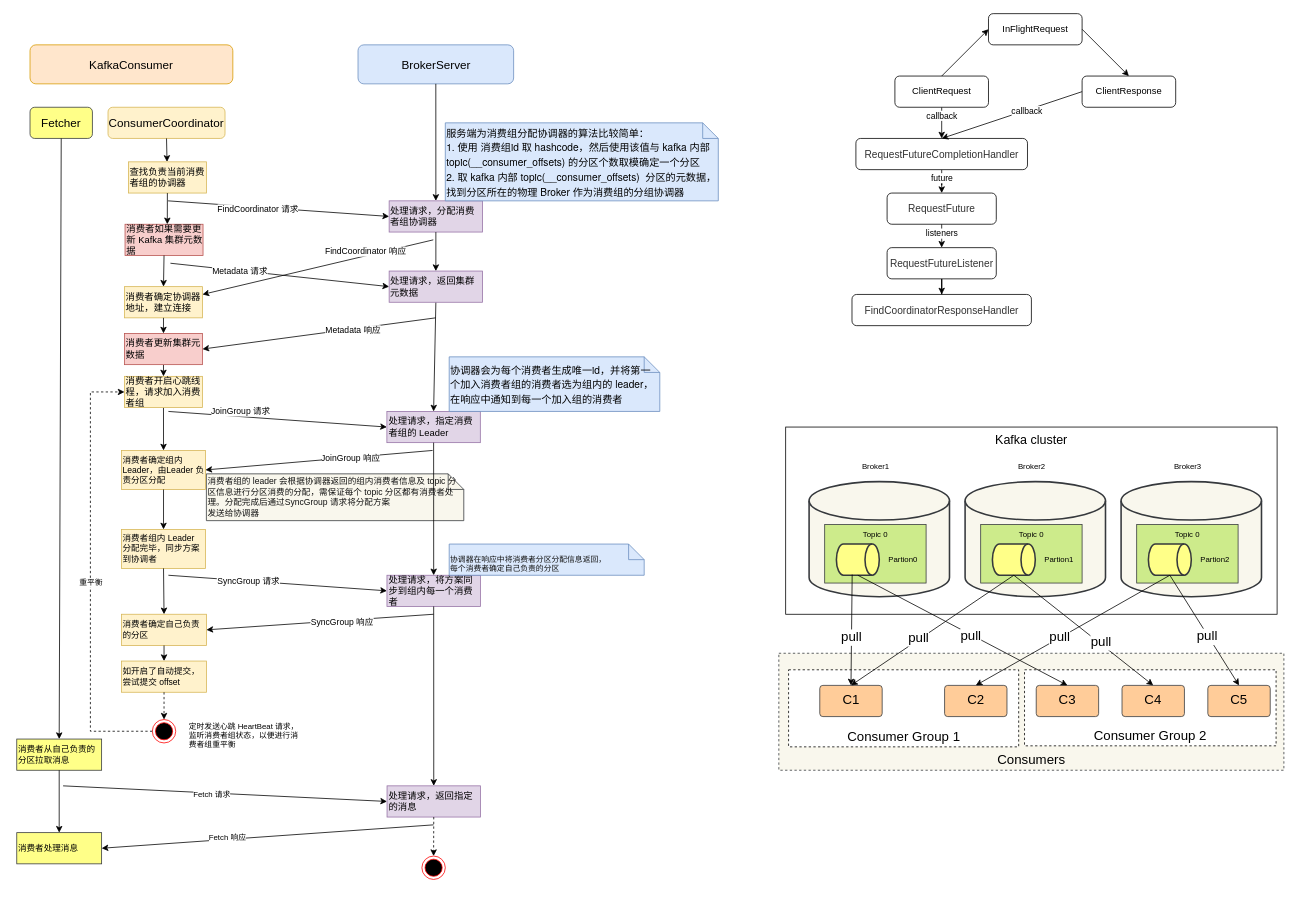
Before: kafka_consumer.drawio in yang00-74/flowchart, a draw.io diagram. Source tidied: cells renumbered, new cells numbered last; positions are measured from the earlier drawing's top-left corner, leaving out a move shared by most shapes. Both pictures are drawn from the tidied source at 78%, with x=0, y=0 at pixel (16, 13).
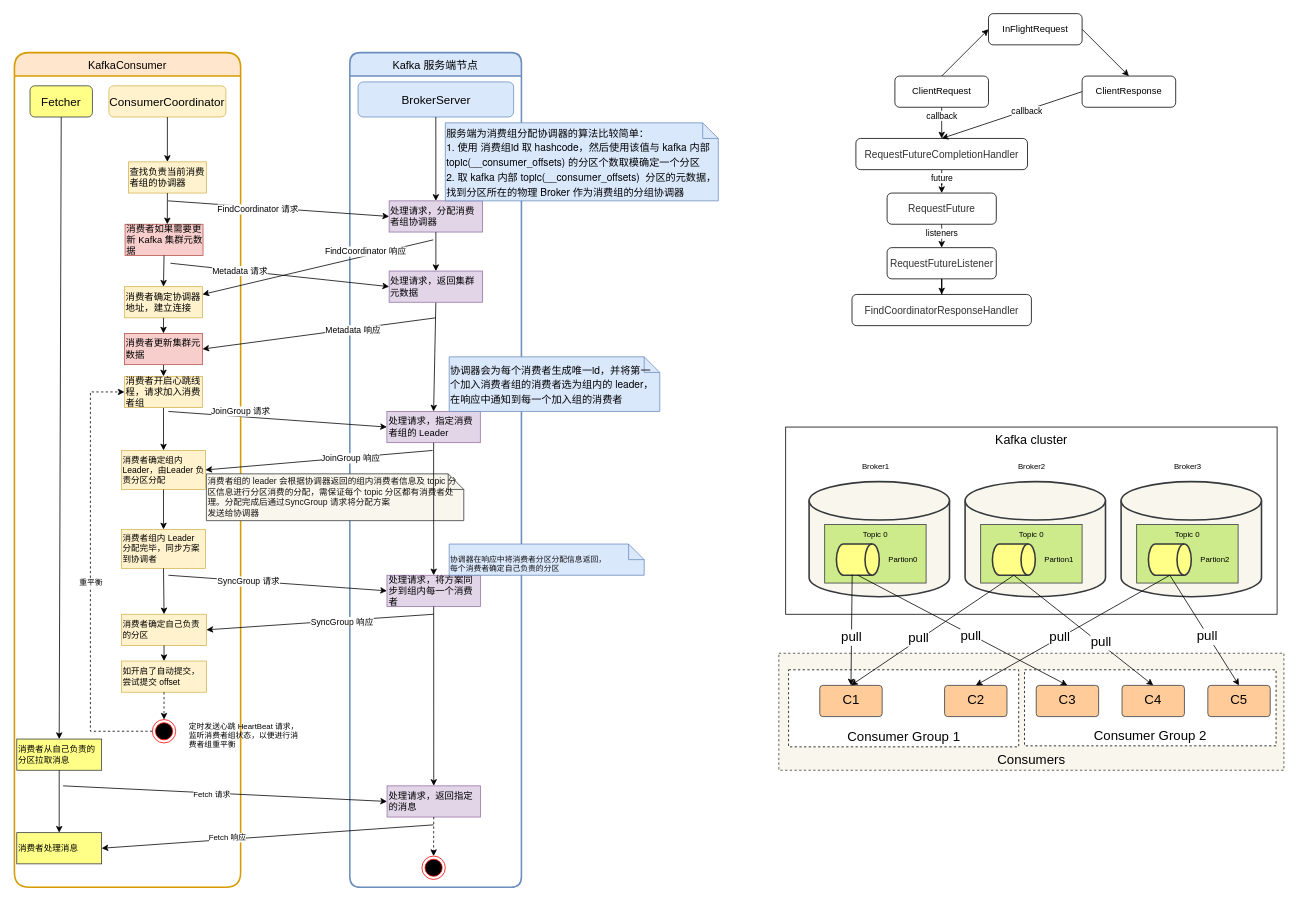
Above is the later version.

Commit message (it also covers changes not shown here):
Added kafka diagrams

Change to the diagram source:
```diff
@@
+    <mxCell id="123" value="Kafka 服务端节点" style="swimlane;horizontal=1;startSize=30;rounded=1;fontSize=14;fontStyle=0;strokeWidth=2;shadow=0;dashed=0;align=center;fillColor=#dae8fc;strokeColor=#6c8ebf;" parent="1" vertex="1">
+      <mxGeometry x="427" y="50" width="220" height="1070" as="geometry" />
+    </mxCell>
+    <mxCell id="5" value="KafkaConsumer" style="swimlane;horizontal=1;startSize=30;rounded=1;fontSize=14;fontStyle=0;strokeWidth=2;shadow=0;dashed=0;align=center;fillColor=#ffe6cc;strokeColor=#d79b00;arcSize=21;" parent="1" vertex="1">
+      <mxGeometry x="-3" y="50" width="290" height="1070" as="geometry" />
+    </mxCell>
@@
-    <mxCell id="5" value="KafkaConsumer" style="rounded=1;whiteSpace=wrap;html=1;fontSize=15;verticalAlign=middle;fillColor=#ffe6cc;strokeColor=#d79b00;" parent="1" vertex="1">
-      <mxGeometry x="17" y="40" width="260" height="50" as="geometry" />
-    </mxCell>
     <mxCell id="6" value="BrokerServer" style="rounded=1;whiteSpace=wrap;html=1;fontSize=15;fillColor=#dae8fc;strokeColor=#6c8ebf;verticalAlign=middle;" parent="1" vertex="1">
-      <mxGeometry x="437.5" y="40" width="199.5" height="50" as="geometry" />
+      <mxGeometry x="437.5" y="87.5" width="199.5" height="45" as="geometry" />
     </mxCell>
     <mxCell id="7" value="ConsumerCoordinator" style="rounded=1;whiteSpace=wrap;html=1;fontSize=15;fillColor=#fff2cc;strokeColor=#d6b656;verticalAlign=middle;" parent="1" vertex="1">
-      <mxGeometry x="117" y="120" width="150" height="40" as="geometry" />
+      <mxGeometry x="118.1" y="92.5" width="150" height="40" as="geometry" />
     </mxCell>
     <mxCell id="8" value="Fetcher" style="rounded=1;whiteSpace=wrap;html=1;fontSize=15;fillColor=#ffff88;strokeColor=#36393d;verticalAlign=middle;" parent="1" vertex="1">
-      <mxGeometry x="17" y="120" width="80" height="40" as="geometry" />
+      <mxGeometry x="17" y="92.5" width="80" height="40" as="geometry" />
     </mxCell>
```
